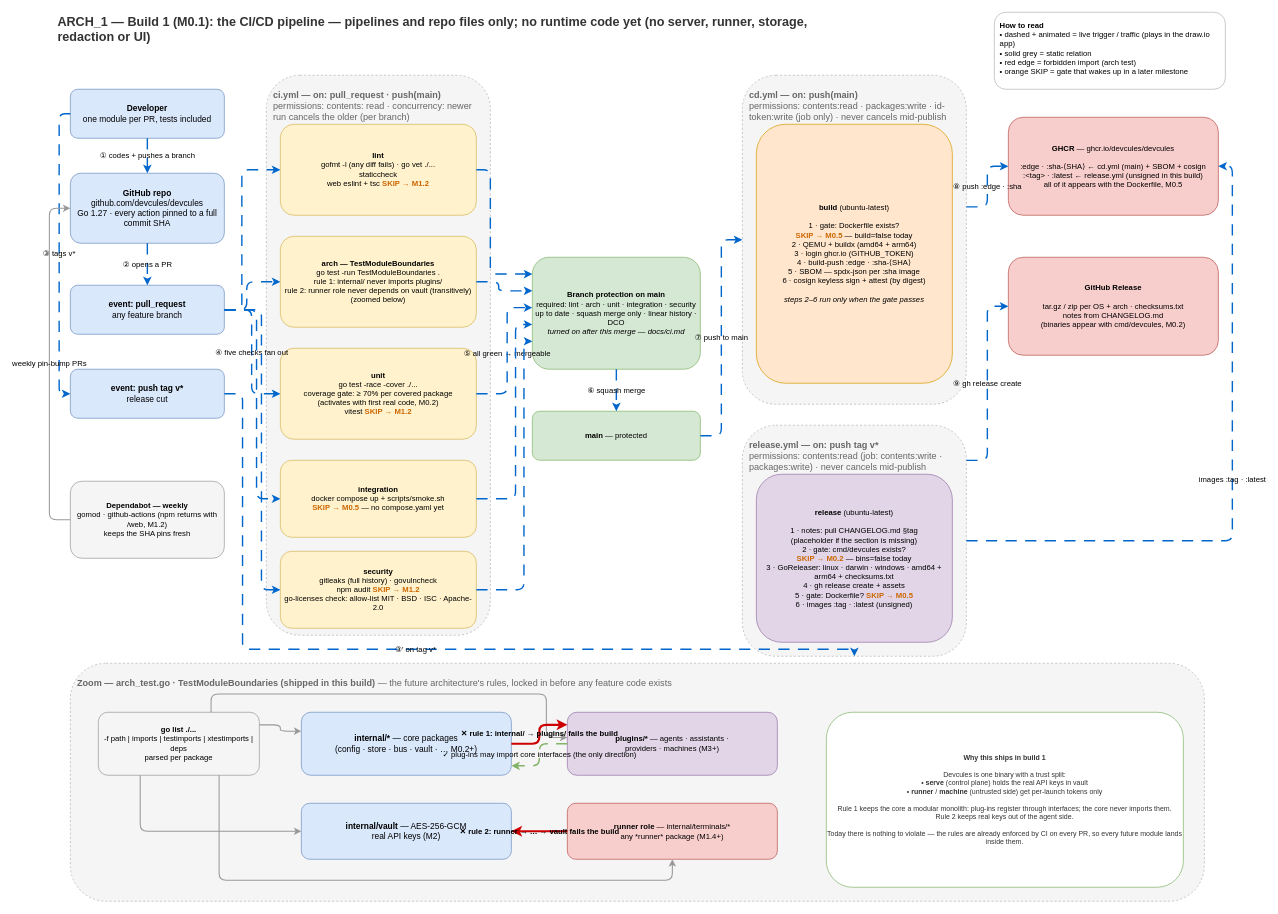
The draw.io diagram page "Arch_1" (1 of 3) of docs/diagrams/devcules-architecture.drawio in devcules/devcules, before the edit. Source tidied: cells renumbered, new cells numbered last; positions are measured from the earlier drawing's top-left corner, leaving out a move shared by most shapes. Both pictures are drawn from the tidied source at 70%, with x=0, y=0 at pixel (49, 12).
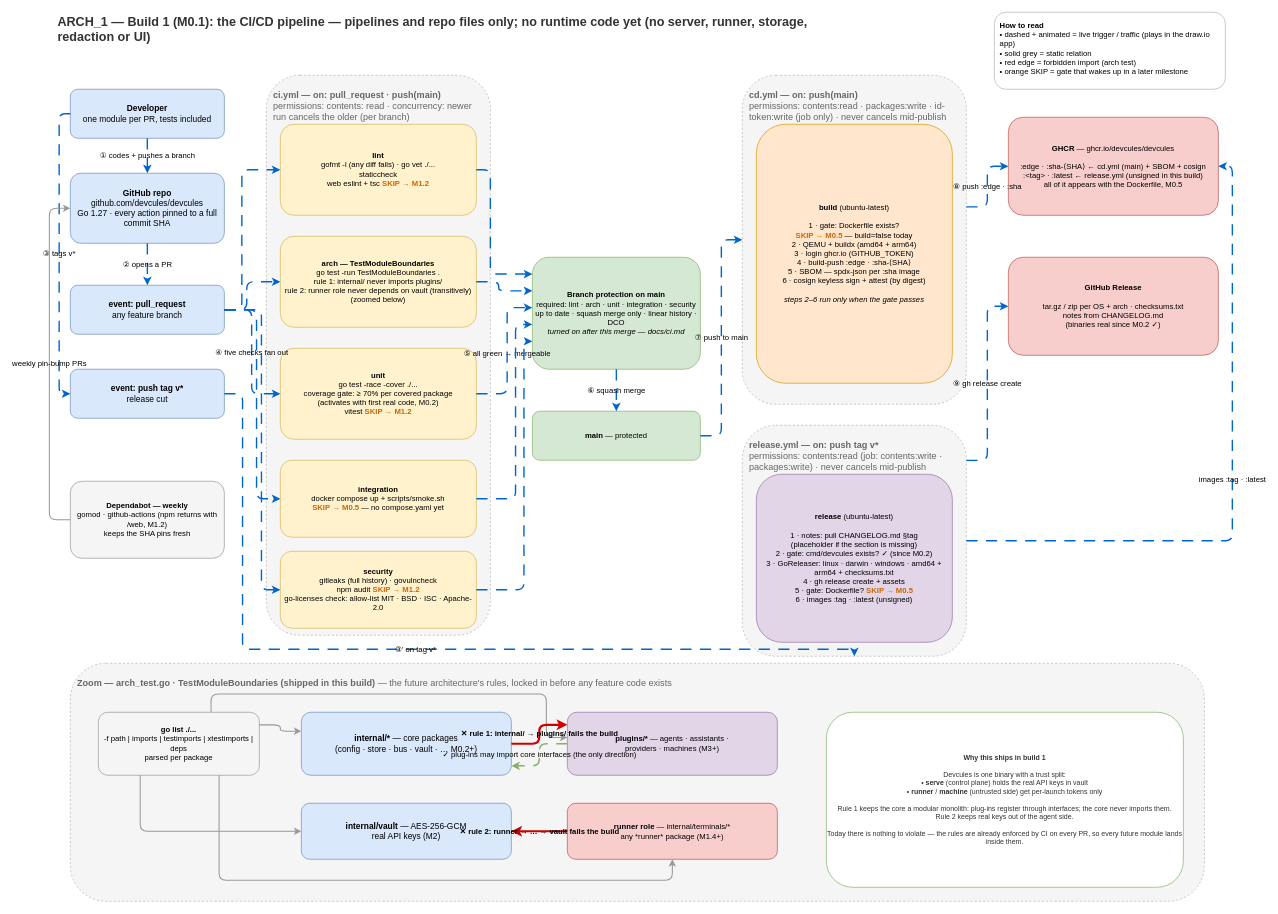
The same diagram, later.

Commit message (it also covers changes not shown here):
M0.2: config, cmd/devcules subcommands and architecture diagram (#33)

* feat(m0.2): add config loader with validation and table tests


* feat(m0.2): add devcules subcommands (stubs, version, health)


* docs(m0.2): config docs, changelog, readme, goreleaser ldflags


* adding drawio

---------

Change to the diagram source:
```diff
@@
-    <mxCell id="20" value="&lt;b&gt;release&lt;/b&gt; (ubuntu-latest)&lt;br&gt;&lt;br&gt;1 · notes: pull CHANGELOG.md §tag&lt;br&gt;(placeholder if the section is missing)&lt;br&gt;2 · gate: cmd/devcules exists?&lt;br&gt;&lt;font color='#CC6600'&gt;&lt;b&gt;SKIP → M0.2&lt;/b&gt;&lt;/font&gt; — bins=false today&lt;br&gt;3 · GoReleaser: linux · darwin · windows · amd64 + arm64 + checksums.txt&lt;br&gt;4 · gh release create + assets&lt;br&gt;5 · gate: Dockerfile? &lt;font color='#CC6600'&gt;&lt;b&gt;SKIP → M0.5&lt;/b&gt;&lt;/font&gt;&lt;br&gt;6 · images :tag · :latest (unsigned)" style="rounded=1;whiteSpace=wrap;html=1;fillColor=#E1D5E7;strokeColor=#9673A6;fontSize=11;" parent="1" vertex="1">
+    <mxCell id="20" value="&lt;b&gt;release&lt;/b&gt; (ubuntu-latest)&lt;br&gt;&lt;br&gt;1 · notes: pull CHANGELOG.md §tag&lt;br&gt;(placeholder if the section is missing)&lt;br&gt;2 · gate: cmd/devcules exists? ✓ (since M0.2)&lt;br&gt;3 · GoReleaser: linux · darwin · windows · amd64 + arm64 + checksums.txt&lt;br&gt;4 · gh release create + assets&lt;br&gt;5 · gate: Dockerfile? &lt;font color='#CC6600'&gt;&lt;b&gt;SKIP → M0.5&lt;/b&gt;&lt;/font&gt;&lt;br&gt;6 · images :tag · :latest (unsigned)" style="rounded=1;whiteSpace=wrap;html=1;fillColor=#E1D5E7;strokeColor=#9673A6;fontSize=11;" parent="1" vertex="1">
       <mxGeometry x="1010" y="660" width="280" height="240" as="geometry" />
     </mxCell>
@@
-    <mxCell id="22" value="&lt;b&gt;GitHub Release&lt;/b&gt;&lt;br&gt;&lt;br&gt;tar.gz / zip per OS + arch · checksums.txt&lt;br&gt;notes from CHANGELOG.md&lt;br&gt;(binaries appear with cmd/devcules, M0.2)" style="rounded=1;whiteSpace=wrap;html=1;fillColor=#F8CECC;strokeColor=#B85450;fontSize=11;" parent="1" vertex="1">
+    <mxCell id="22" value="&lt;b&gt;GitHub Release&lt;/b&gt;&lt;br&gt;&lt;br&gt;tar.gz / zip per OS + arch · checksums.txt&lt;br&gt;notes from CHANGELOG.md&lt;br&gt;(binaries real since M0.2 ✓)" style="rounded=1;whiteSpace=wrap;html=1;fillColor=#F8CECC;strokeColor=#B85450;fontSize=11;" parent="1" vertex="1">
       <mxGeometry x="1370" y="350" width="300" height="140" as="geometry" />
     </mxCell>
```
